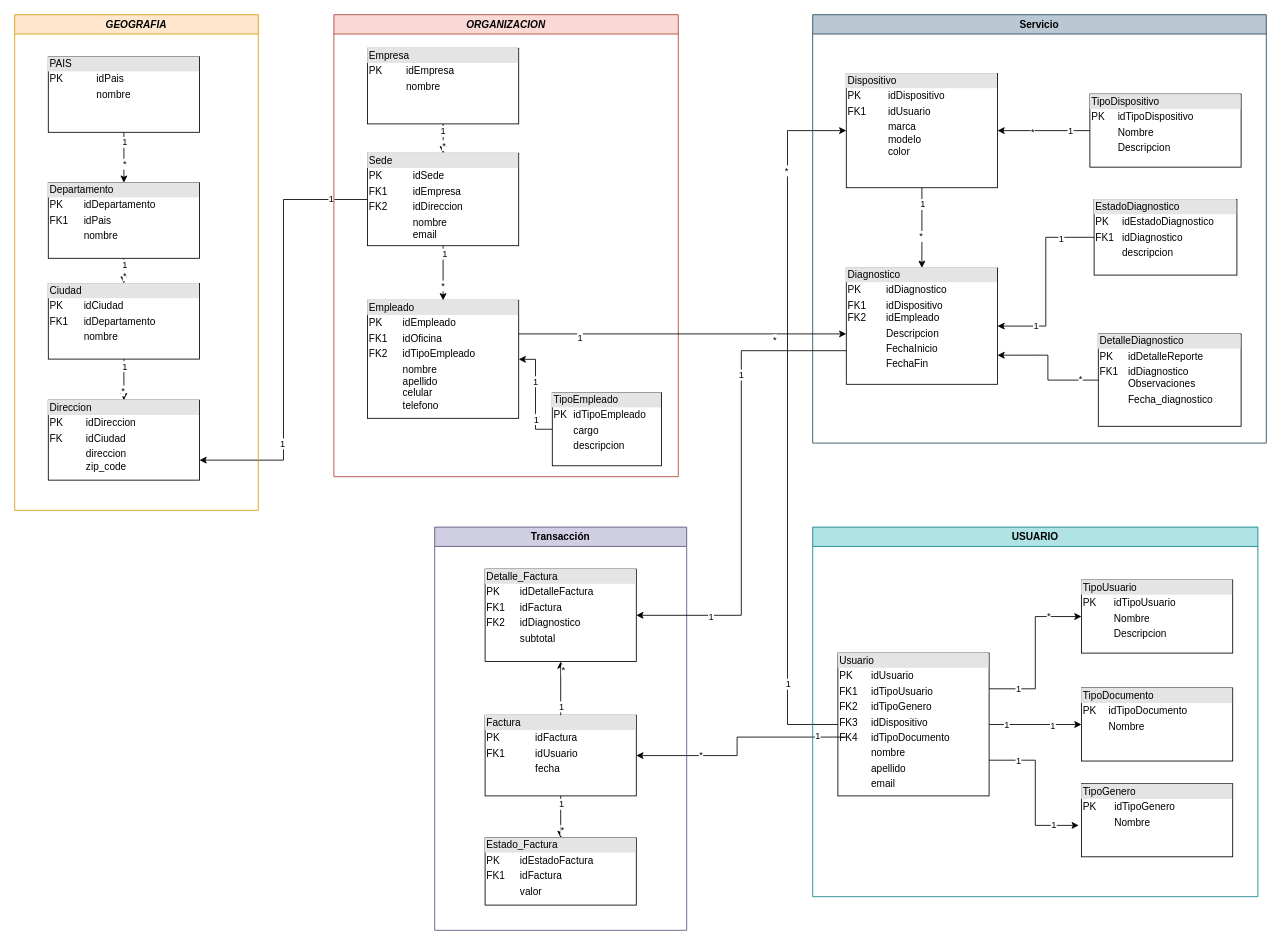
Alejo2304/website_projects keeps this draw.io diagram as projects/tech_support/Tech_support.drawio. Above is the earlier version. Source tidied: cells renumbered, new cells numbered last; positions are measured from the earlier drawing's top-left corner, leaving out a move shared by most shapes. Both pictures are drawn from the tidied source at 84%, with x=0, y=0 at pixel (14, 14).
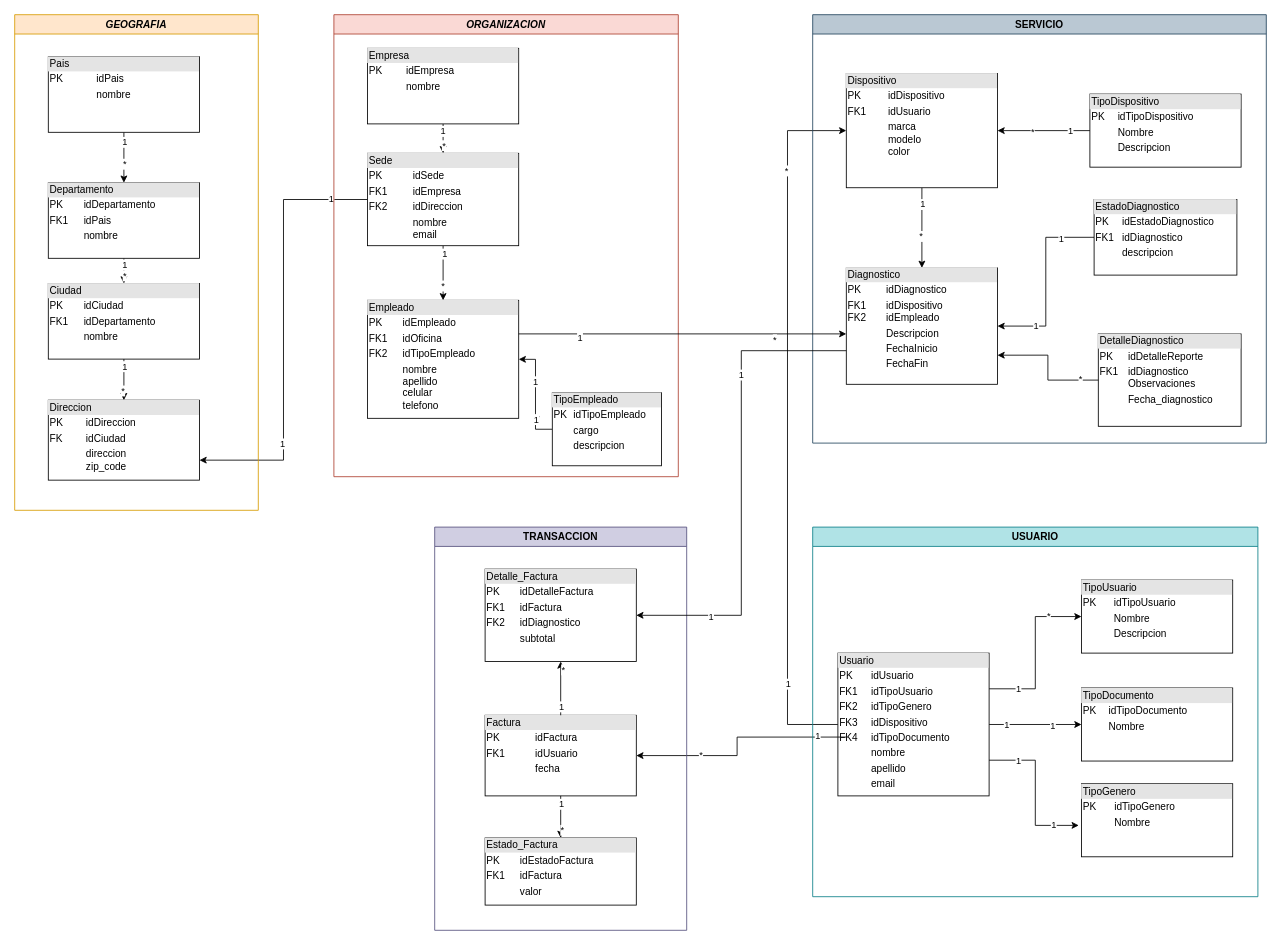
The same page after the edit.

The edit, as a diff of the source:
```diff
@@
-    <mxCell id="25" value="&lt;div style=&quot;box-sizing:border-box;width:100%;background:#e4e4e4;padding:2px;&quot;&gt;PAIS&lt;/div&gt;&lt;table style=&quot;width:100%;font-size:1em;&quot; cellpadding=&quot;2&quot; cellspacing=&quot;0&quot;&gt;&lt;tbody&gt;&lt;tr&gt;&lt;td&gt;PK&lt;/td&gt;&lt;td&gt;idPais&lt;/td&gt;&lt;/tr&gt;&lt;tr&gt;&lt;td&gt;&lt;br&gt;&lt;/td&gt;&lt;td&gt;nombre&lt;/td&gt;&lt;/tr&gt;&lt;tr&gt;&lt;td&gt;&lt;/td&gt;&lt;td&gt;&lt;br&gt;&lt;/td&gt;&lt;/tr&gt;&lt;/tbody&gt;&lt;/table&gt;" style="verticalAlign=top;align=left;overflow=fill;html=1;whiteSpace=wrap;" parent="1" vertex="1">
+    <mxCell id="25" value="&lt;div style=&quot;box-sizing:border-box;width:100%;background:#e4e4e4;padding:2px;&quot;&gt;Pais&lt;/div&gt;&lt;table style=&quot;width:100%;font-size:1em;&quot; cellpadding=&quot;2&quot; cellspacing=&quot;0&quot;&gt;&lt;tbody&gt;&lt;tr&gt;&lt;td&gt;PK&lt;/td&gt;&lt;td&gt;idPais&lt;/td&gt;&lt;/tr&gt;&lt;tr&gt;&lt;td&gt;&lt;br&gt;&lt;/td&gt;&lt;td&gt;nombre&lt;/td&gt;&lt;/tr&gt;&lt;tr&gt;&lt;td&gt;&lt;/td&gt;&lt;td&gt;&lt;br&gt;&lt;/td&gt;&lt;/tr&gt;&lt;/tbody&gt;&lt;/table&gt;" style="verticalAlign=top;align=left;overflow=fill;html=1;whiteSpace=wrap;" parent="1" vertex="1">
       <mxGeometry x="40" y="50" width="180" height="90" as="geometry" />
     </mxCell>
@@
-    <mxCell id="54" value="Transacción" style="swimlane;whiteSpace=wrap;html=1;fillColor=#d0cee2;strokeColor=#56517e;" parent="1" vertex="1">
+    <mxCell id="54" value="TRANSACCION" style="swimlane;whiteSpace=wrap;html=1;fillColor=#d0cee2;strokeColor=#56517e;" parent="1" vertex="1">
       <mxGeometry x="500" y="610" width="300" height="480" as="geometry" />
     </mxCell>
@@
-    <mxCell id="64" value="Servicio" style="swimlane;whiteSpace=wrap;html=1;fillColor=#bac8d3;strokeColor=#23445d;" parent="1" vertex="1">
+    <mxCell id="64" value="SERVICIO" style="swimlane;whiteSpace=wrap;html=1;fillColor=#bac8d3;strokeColor=#23445d;" parent="1" vertex="1">
       <mxGeometry x="950" width="540" height="510" as="geometry" />
     </mxCell>
```
